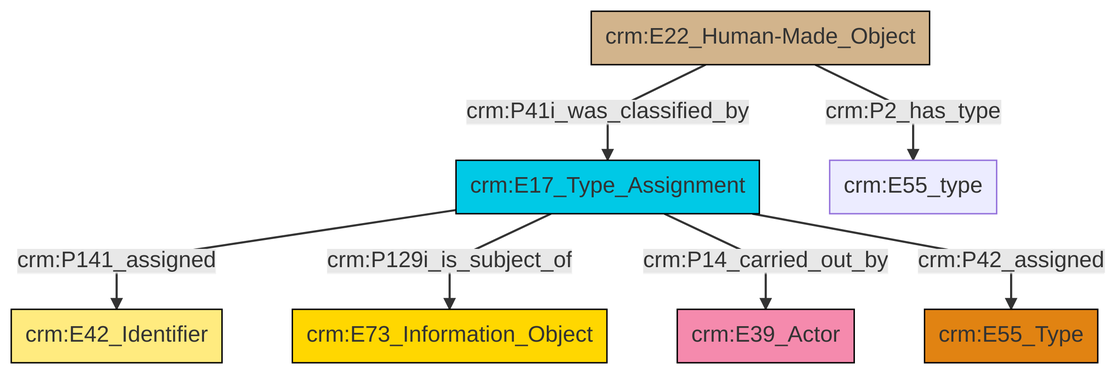
Earlier version of the Mermaid export et/builtWorkCSV/ttl/mmd/png/Built_Work_designation_status.png (swiss-art-research-net/reference-data-models). Its source is kept beside it as et/builtWorkCSV/ttl/mmd/Built_Work_designation_status.ttl.mmd.
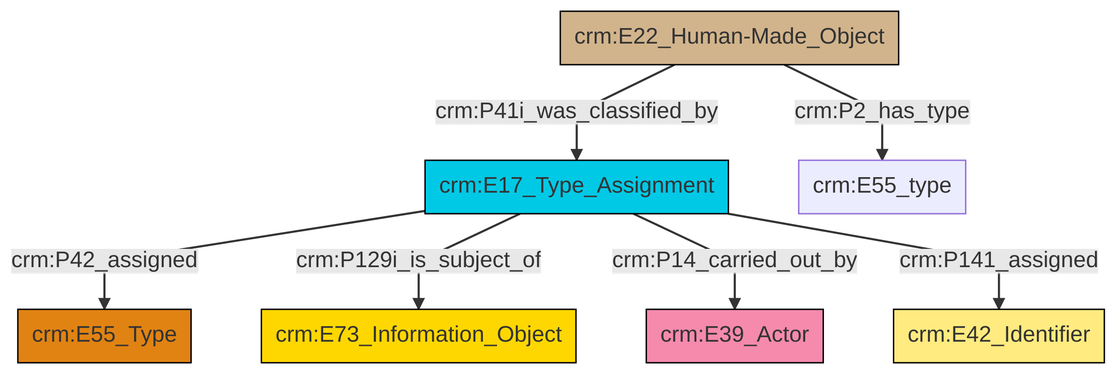
The same diagram one commit later.

The edit, as a diff of the source:
```diff
@@ -13,9 +13,9 @@
 classDef PC_Classes fill:#4ce600, stroke:#000000;
 classDef Multi fill:#cccccc,stroke:#000000;
 
-0["crm:E22_Human-Made_Object"]:::Physical_Thing -->|crm:P41i_was_classified_by| 1["crm:E17_Type_Assignment"]:::Temporal_Entity
-1["crm:E17_Type_Assignment"]:::Temporal_Entity -->|crm:P141_assigned| 3["crm:E42_Identifier"]:::Appellation
-1["crm:E17_Type_Assignment"]:::Temporal_Entity -->|crm:P129i_is_subject_of| 6["crm:E73_Information_Object"]:::Conceptual_Object
-1["crm:E17_Type_Assignment"]:::Temporal_Entity -->|crm:P14_carried_out_by| 10["crm:E39_Actor"]:::Actor
-1["crm:E17_Type_Assignment"]:::Temporal_Entity -->|crm:P42_assigned| 7["crm:E55_Type"]:::Type
-0["crm:E22_Human-Made_Object"]:::Physical_Thing -->|crm:P2_has_type| 11["crm:E55_type"]:::Default
+0["crm:E17_Type_Assignment"]:::Temporal_Entity -->|crm:P42_assigned| 4["crm:E55_Type"]:::Type
+0["crm:E17_Type_Assignment"]:::Temporal_Entity -->|crm:P129i_is_subject_of| 5["crm:E73_Information_Object"]:::Conceptual_Object
+0["crm:E17_Type_Assignment"]:::Temporal_Entity -->|crm:P14_carried_out_by| 2["crm:E39_Actor"]:::Actor
+7["crm:E22_Human-Made_Object"]:::Physical_Thing -->|crm:P41i_was_classified_by| 0["crm:E17_Type_Assignment"]:::Temporal_Entity
+0["crm:E17_Type_Assignment"]:::Temporal_Entity -->|crm:P141_assigned| 9["crm:E42_Identifier"]:::Appellation
+7["crm:E22_Human-Made_Object"]:::Physical_Thing -->|crm:P2_has_type| 12["crm:E55_type"]:::Default
```
